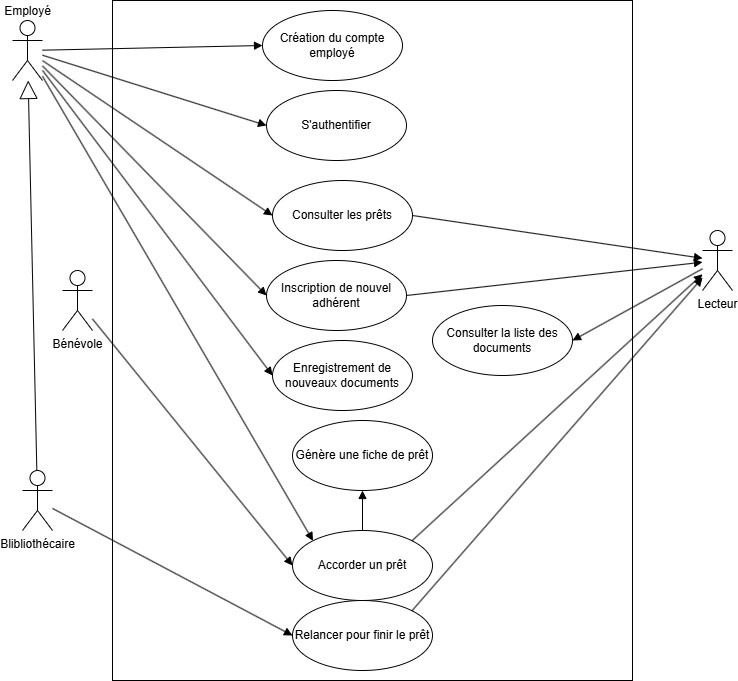
This is 2. Diagramme des cas d'utilisation.drawio.png from Fhurai/AFPA_CDA_Conception_nodev, a draw.io export, as it was before one commit. Source tidied: cells renumbered, new cells last; positions are measured from the earlier drawing's top-left corner, leaving out a move shared by most shapes.
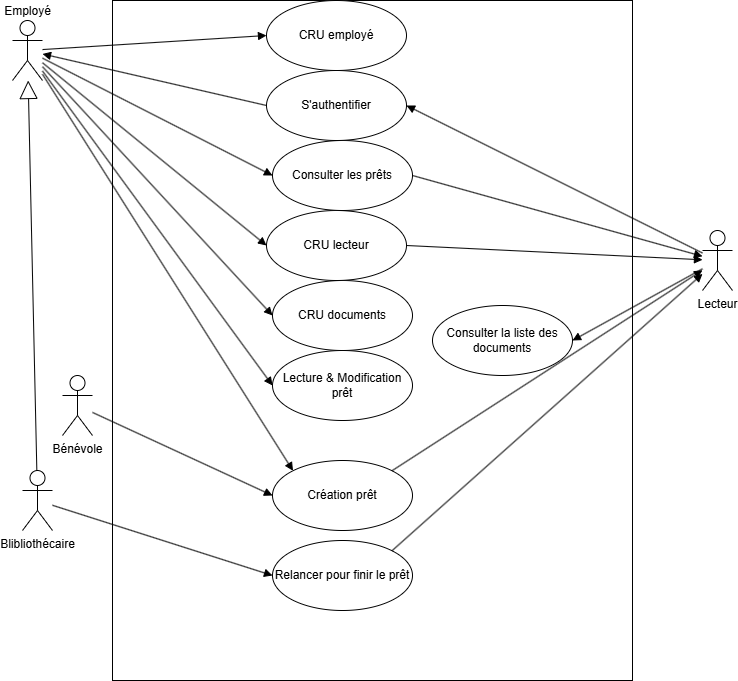
Later version of the same file.

Commit message:
Totalié du CRU pour personne, document, prêt

What changed in the source:
```diff
@@ -15,7 +15,7 @@
       <mxGeometry x="10" y="470" width="30" height="60" as="geometry" />
     </mxCell>
     <mxCell id="6" value="Bénévole" style="shape=umlActor;verticalLabelPosition=bottom;verticalAlign=top;html=1;outlineConnect=0;" parent="1" vertex="1">
-      <mxGeometry x="50" y="270" width="30" height="60" as="geometry" />
+      <mxGeometry x="50" y="375" width="30" height="60" as="geometry" />
     </mxCell>
     <mxCell id="7" value="Consulter la liste des documents" style="ellipse;whiteSpace=wrap;html=1;" parent="1" vertex="1">
       <mxGeometry x="420" y="305" width="140" height="70" as="geometry" />
@@ -23,27 +23,21 @@
     <mxCell id="8" style="html=1;verticalAlign=bottom;endArrow=block;curved=0;rounded=0;entryX=1;entryY=0.5;entryDx=0;entryDy=0;" parent="1" edge="1" source="3" target="7">
       <mxGeometry relative="1" as="geometry" />
     </mxCell>
-    <mxCell id="9" value="Accorder un prêt" style="ellipse;whiteSpace=wrap;html=1;" parent="1" vertex="1">
-      <mxGeometry x="280" y="530" width="140" height="70" as="geometry" />
+    <mxCell id="9" value="Création prêt" style="ellipse;whiteSpace=wrap;html=1;" parent="1" vertex="1">
+      <mxGeometry x="260" y="460" width="140" height="70" as="geometry" />
     </mxCell>
     <mxCell id="10" value="Relancer pour finir le prêt" style="ellipse;whiteSpace=wrap;html=1;" parent="1" vertex="1">
-      <mxGeometry x="280" y="600" width="140" height="70" as="geometry" />
+      <mxGeometry x="260" y="540" width="140" height="70" as="geometry" />
     </mxCell>
-    <mxCell id="11" value="Enregistrement de nouveaux documents" style="ellipse;whiteSpace=wrap;html=1;" parent="1" vertex="1">
-      <mxGeometry x="260" y="340" width="140" height="70" as="geometry" />
+    <mxCell id="11" value="CRU documents" style="ellipse;whiteSpace=wrap;html=1;" parent="1" vertex="1">
+      <mxGeometry x="260" y="280" width="140" height="70" as="geometry" />
     </mxCell>
-    <mxCell id="12" value="Inscription de nouvel adhérent" style="ellipse;whiteSpace=wrap;html=1;" parent="1" vertex="1">
-      <mxGeometry x="254" y="260" width="140" height="70" as="geometry" />
+    <mxCell id="12" value="CRU lecteur" style="ellipse;whiteSpace=wrap;html=1;" parent="1" vertex="1">
+      <mxGeometry x="254" y="210" width="140" height="70" as="geometry" />
     </mxCell>
     <mxCell id="13" value="Consulter les prêts" style="ellipse;whiteSpace=wrap;html=1;" parent="1" vertex="1">
-      <mxGeometry x="260" y="180" width="140" height="70" as="geometry" />
+      <mxGeometry x="260" y="140" width="140" height="70" as="geometry" />
     </mxCell>
-    <mxCell id="14" value="Génère une fiche de prêt" style="ellipse;whiteSpace=wrap;html=1;" parent="1" vertex="1">
-      <mxGeometry x="280" y="420" width="140" height="70" as="geometry" />
-    </mxCell>
-    <mxCell id="15" style="html=1;verticalAlign=bottom;endArrow=block;curved=0;rounded=0;exitX=0.5;exitY=0;exitDx=0;exitDy=0;entryX=0.5;entryY=1;entryDx=0;entryDy=0;" parent="1" edge="1" source="9" target="14">
-      <mxGeometry relative="1" as="geometry" />
-    </mxCell>
     <mxCell id="16" style="html=1;verticalAlign=bottom;endArrow=block;curved=0;rounded=0;entryX=0;entryY=0.5;entryDx=0;entryDy=0;" parent="1" edge="1" source="4" target="11">
       <mxGeometry relative="1" as="geometry" />
     </mxCell>
@@ -78,16 +72,25 @@
       <mxGeometry relative="1" as="geometry" />
     </mxCell>
     <mxCell id="27" value="S'authentifier" style="ellipse;whiteSpace=wrap;html=1;" parent="1" vertex="1">
-      <mxGeometry x="254" y="90" width="140" height="70" as="geometry" />
+      <mxGeometry x="254" y="70" width="140" height="70" as="geometry" />
     </mxCell>
-    <mxCell id="28" style="html=1;verticalAlign=bottom;endArrow=block;curved=0;rounded=0;entryX=0;entryY=0.5;entryDx=0;entryDy=0;" parent="1" edge="1" source="4" target="27">
+    <mxCell id="28" style="html=1;verticalAlign=bottom;endArrow=block;curved=0;rounded=0;exitX=0;exitY=0.5;exitDx=0;exitDy=0;" parent="1" edge="1" source="27" target="4">
       <mxGeometry relative="1" as="geometry" />
     </mxCell>
-    <mxCell id="29" value="Création du compte employé" style="ellipse;whiteSpace=wrap;html=1;" parent="1" vertex="1">
-      <mxGeometry x="250" y="10" width="140" height="70" as="geometry" />
+    <mxCell id="29" value="CRU employé" style="ellipse;whiteSpace=wrap;html=1;" parent="1" vertex="1">
+      <mxGeometry x="254" width="140" height="70" as="geometry" />
     </mxCell>
     <mxCell id="30" value="&lt;div&gt;&lt;br&gt;&lt;/div&gt;&lt;div&gt;&lt;br&gt;&lt;/div&gt;" style="html=1;verticalAlign=bottom;endArrow=block;curved=0;rounded=0;entryX=0;entryY=0.5;entryDx=0;entryDy=0;" parent="1" edge="1" source="4" target="29">
       <mxGeometry relative="1" as="geometry" />
     </mxCell>
+    <mxCell id="31" style="html=1;verticalAlign=bottom;endArrow=block;curved=0;rounded=0;entryX=1;entryY=0.5;entryDx=0;entryDy=0;" parent="1" edge="1" source="3" target="27">
+      <mxGeometry relative="1" as="geometry" />
+    </mxCell>
+    <mxCell id="32" value="Lecture &amp;amp; Modification prêt" style="ellipse;whiteSpace=wrap;html=1;" parent="1" vertex="1">
+      <mxGeometry x="260" y="350" width="140" height="70" as="geometry" />
+    </mxCell>
+    <mxCell id="33" style="html=1;verticalAlign=bottom;endArrow=block;curved=0;rounded=0;entryX=0;entryY=0.5;entryDx=0;entryDy=0;" parent="1" edge="1" source="4" target="32">
+      <mxGeometry relative="1" as="geometry" />
+    </mxCell>
   </root>
 </mxGraphModel>
```
